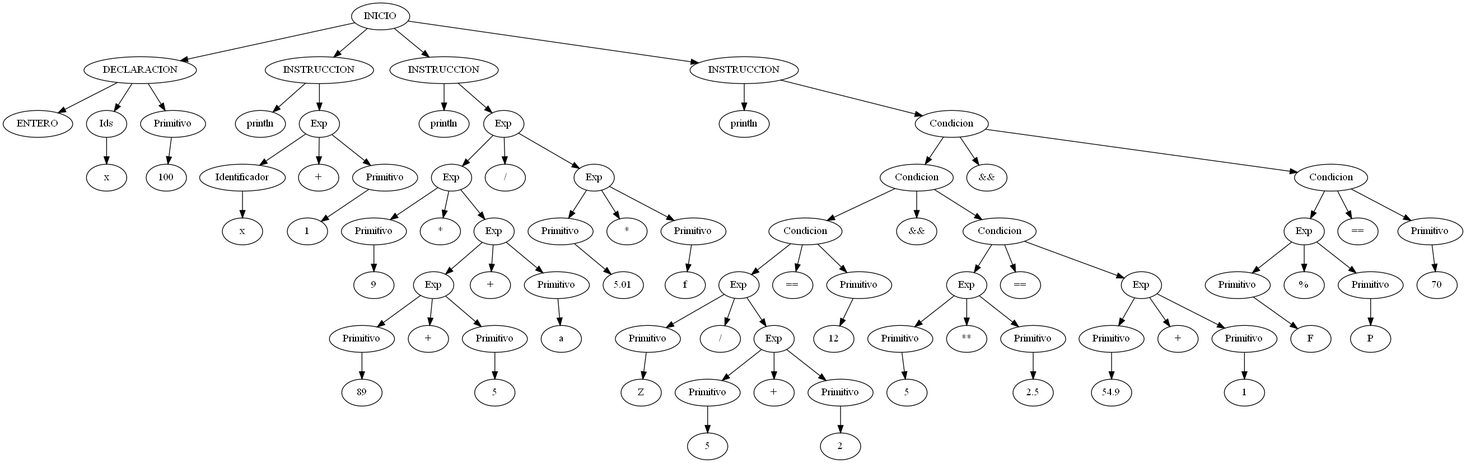
parguet/-OLC1-F1-202010751- keeps this Graphviz diagram as front/ast.png. Above is the earlier version. Its source is kept beside it as front/ast.dot.
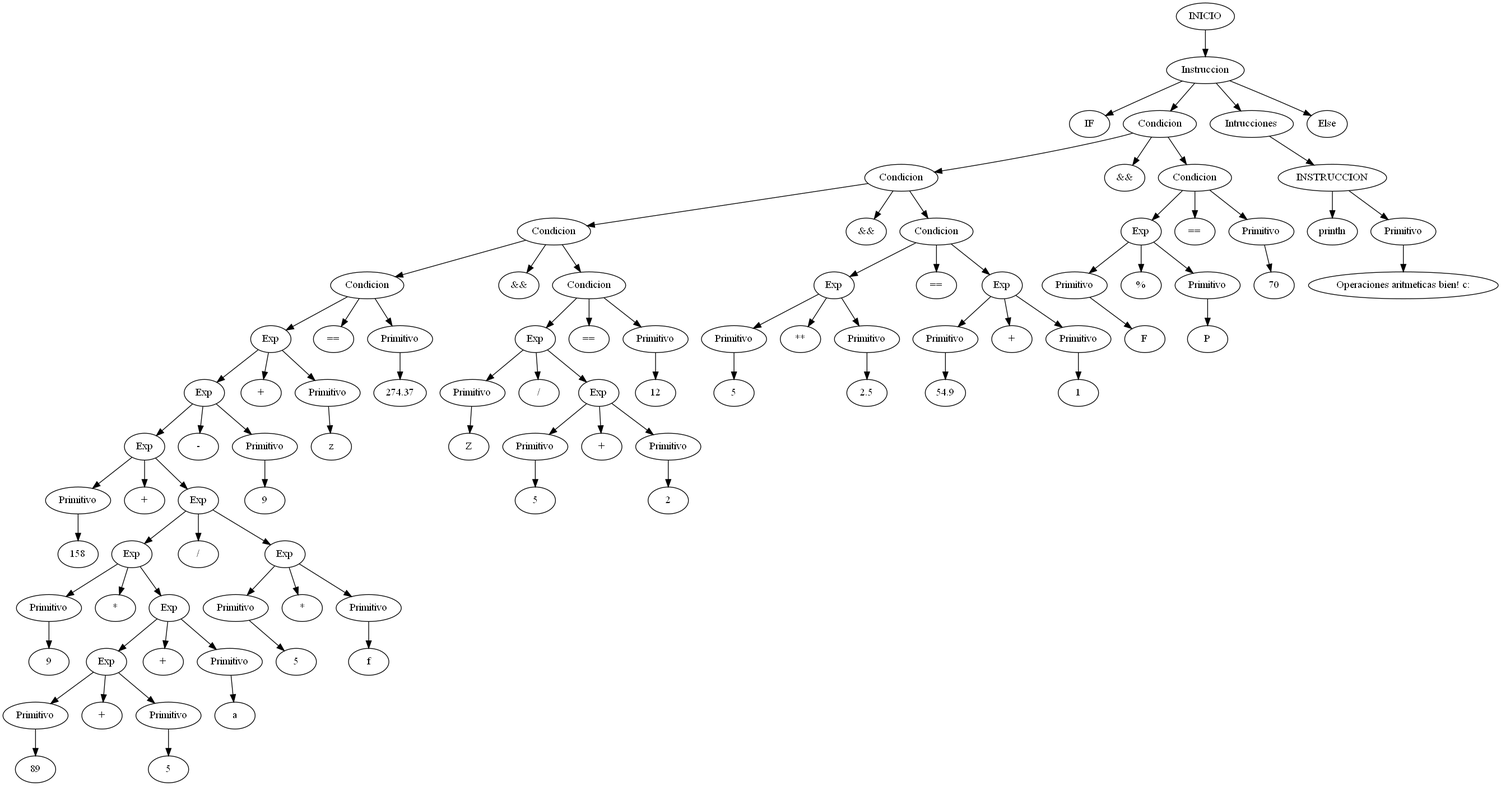
Later version of the same file.

Commit message:
Operaciones aritmeticas bien! c:

Diff of the diagram source:
```diff
@@ -2,169 +2,185 @@
 
 node0[label = "INICIO"];
 node0 -> node001
-node001[label = "DECLARACION"];
+node001[label = "Instruccion"];
 node001 -> node00101
-node00101[label = "ENTERO"];
+node00101[label = "IF"];
 node001 -> node00112
-node00112[label = "Ids"];
+node00112[label = "Condicion"];
 node00112 -> node0011201
-node0011201[label = "x"];
+node0011201[label = "Condicion"];
+node0011201 -> node001120101
+node001120101[label = "Condicion"];
+node001120101 -> node00112010101
+node00112010101[label = "Condicion"];
+node00112010101 -> node0011201010101
+node0011201010101[label = "Exp"];
+node0011201010101 -> node001120101010101
+node001120101010101[label = "Exp"];
+node001120101010101 -> node00112010101010101
+node00112010101010101[label = "Exp"];
+node00112010101010101 -> node0011201010101010101
+node0011201010101010101[label = "Primitivo"];
+node0011201010101010101 -> node001120101010101010101
+node001120101010101010101[label = "158"];
+node00112010101010101 -> node0011201010101010112
+node0011201010101010112[label = "+"];
+node00112010101010101 -> node0011201010101010123
+node0011201010101010123[label = "Exp"];
+node0011201010101010123 -> node001120101010101012301
+node001120101010101012301[label = "Exp"];
+node001120101010101012301 -> node00112010101010101230101
+node00112010101010101230101[label = "Primitivo"];
+node00112010101010101230101 -> node0011201010101010123010101
+node0011201010101010123010101[label = "9"];
+node001120101010101012301 -> node00112010101010101230112
+node00112010101010101230112[label = "*"];
+node001120101010101012301 -> node00112010101010101230123
+node00112010101010101230123[label = "Exp"];
+node00112010101010101230123 -> node0011201010101010123012301
+node0011201010101010123012301[label = "Exp"];
+node0011201010101010123012301 -> node001120101010101012301230101
+node001120101010101012301230101[label = "Primitivo"];
+node001120101010101012301230101 -> node00112010101010101230123010101
+node00112010101010101230123010101[label = "89"];
+node0011201010101010123012301 -> node001120101010101012301230112
+node001120101010101012301230112[label = "+"];
+node0011201010101010123012301 -> node001120101010101012301230123
+node001120101010101012301230123[label = "Primitivo"];
+node001120101010101012301230123 -> node00112010101010101230123012301
+node00112010101010101230123012301[label = "5"];
+node00112010101010101230123 -> node0011201010101010123012312
+node0011201010101010123012312[label = "+"];
+node00112010101010101230123 -> node0011201010101010123012323
+node0011201010101010123012323[label = "Primitivo"];
+node0011201010101010123012323 -> node001120101010101012301232301
+node001120101010101012301232301[label = "a"];
+node0011201010101010123 -> node001120101010101012312
+node001120101010101012312[label = "/"];
+node0011201010101010123 -> node001120101010101012323
+node001120101010101012323[label = "Exp"];
+node001120101010101012323 -> node00112010101010101232301
+node00112010101010101232301[label = "Primitivo"];
+node00112010101010101232301 -> node0011201010101010123230101
+node0011201010101010123230101[label = "5"];
+node001120101010101012323 -> node00112010101010101232312
+node00112010101010101232312[label = "*"];
+node001120101010101012323 -> node00112010101010101232323
+node00112010101010101232323[label = "Primitivo"];
+node00112010101010101232323 -> node0011201010101010123232301
+node0011201010101010123232301[label = "f"];
+node001120101010101 -> node00112010101010112
+node00112010101010112[label = "-"];
+node001120101010101 -> node00112010101010123
+node00112010101010123[label = "Primitivo"];
+node00112010101010123 -> node0011201010101012301
+node0011201010101012301[label = "9"];
+node0011201010101 -> node001120101010112
+node001120101010112[label = "+"];
+node0011201010101 -> node001120101010123
+node001120101010123[label = "Primitivo"];
+node001120101010123 -> node00112010101012301
+node00112010101012301[label = "z"];
+node00112010101 -> node0011201010112
+node0011201010112[label = "=="];
+node00112010101 -> node0011201010123
+node0011201010123[label = "Primitivo"];
+node0011201010123 -> node001120101012301
+node001120101012301[label = "274.37"];
+node001120101 -> node00112010112
+node00112010112[label = "&&"];
+node001120101 -> node00112010123
+node00112010123[label = "Condicion"];
+node00112010123 -> node0011201012301
+node0011201012301[label = "Exp"];
+node0011201012301 -> node001120101230101
+node001120101230101[label = "Primitivo"];
+node001120101230101 -> node00112010123010101
+node00112010123010101[label = "Z"];
+node0011201012301 -> node001120101230112
+node001120101230112[label = "/"];
+node0011201012301 -> node001120101230123
+node001120101230123[label = "Exp"];
+node001120101230123 -> node00112010123012301
+node00112010123012301[label = "Primitivo"];
+node00112010123012301 -> node0011201012301230101
+node0011201012301230101[label = "5"];
+node001120101230123 -> node00112010123012312
+node00112010123012312[label = "+"];
+node001120101230123 -> node00112010123012323
+node00112010123012323[label = "Primitivo"];
+node00112010123012323 -> node0011201012301232301
+node0011201012301232301[label = "2"];
+node00112010123 -> node0011201012312
+node0011201012312[label = "=="];
+node00112010123 -> node0011201012323
+node0011201012323[label = "Primitivo"];
+node0011201012323 -> node001120101232301
+node001120101232301[label = "12"];
+node0011201 -> node001120112
+node001120112[label = "&&"];
+node0011201 -> node001120123
+node001120123[label = "Condicion"];
+node001120123 -> node00112012301
+node00112012301[label = "Exp"];
+node00112012301 -> node0011201230101
+node0011201230101[label = "Primitivo"];
+node0011201230101 -> node001120123010101
+node001120123010101[label = "5"];
+node00112012301 -> node0011201230112
+node0011201230112[label = "**"];
+node00112012301 -> node0011201230123
+node0011201230123[label = "Primitivo"];
+node0011201230123 -> node001120123012301
+node001120123012301[label = "2.5"];
+node001120123 -> node00112012312
+node00112012312[label = "=="];
+node001120123 -> node00112012323
+node00112012323[label = "Exp"];
+node00112012323 -> node0011201232301
+node0011201232301[label = "Primitivo"];
+node0011201232301 -> node001120123230101
+node001120123230101[label = "54.9"];
+node00112012323 -> node0011201232312
+node0011201232312[label = "+"];
+node00112012323 -> node0011201232323
+node0011201232323[label = "Primitivo"];
+node0011201232323 -> node001120123232301
+node001120123232301[label = "1"];
+node00112 -> node0011212
+node0011212[label = "&&"];
+node00112 -> node0011223
+node0011223[label = "Condicion"];
+node0011223 -> node001122301
+node001122301[label = "Exp"];
+node001122301 -> node00112230101
+node00112230101[label = "Primitivo"];
+node00112230101 -> node0011223010101
+node0011223010101[label = "F"];
+node001122301 -> node00112230112
+node00112230112[label = "%"];
+node001122301 -> node00112230123
+node00112230123[label = "Primitivo"];
+node00112230123 -> node0011223012301
+node0011223012301[label = "P"];
+node0011223 -> node001122312
+node001122312[label = "=="];
+node0011223 -> node001122323
+node001122323[label = "Primitivo"];
+node001122323 -> node00112232301
+node00112232301[label = "70"];
 node001 -> node00123
-node00123[label = "Primitivo"];
+node00123[label = "Intrucciones"];
 node00123 -> node0012301
-node0012301[label = "100"];
-node0 -> node012
-node012[label = "INSTRUCCION"];
-node012 -> node01201
-node01201[label = "println"];
-node012 -> node01212
-node01212[label = "Exp"];
-node01212 -> node0121201
-node0121201[label = "Identificador"];
-node0121201 -> node012120101
-node012120101[label = "x"];
-node01212 -> node0121212
-node0121212[label = "+"];
-node01212 -> node0121223
-node0121223[label = "Primitivo"];
-node0121223 -> node012122301
-node012122301[label = "1"];
-node0 -> node023
-node023[label = "INSTRUCCION"];
-node023 -> node02301
-node02301[label = "println"];
-node023 -> node02312
-node02312[label = "Exp"];
-node02312 -> node0231201
-node0231201[label = "Exp"];
-node0231201 -> node023120101
-node023120101[label = "Primitivo"];
-node023120101 -> node02312010101
-node02312010101[label = "9"];
-node0231201 -> node023120112
-node023120112[label = "*"];
-node0231201 -> node023120123
-node023120123[label = "Exp"];
-node023120123 -> node02312012301
-node02312012301[label = "Exp"];
-node02312012301 -> node0231201230101
-node0231201230101[label = "Primitivo"];
-node0231201230101 -> node023120123010101
-node023120123010101[label = "89"];
-node02312012301 -> node0231201230112
-node0231201230112[label = "+"];
-node02312012301 -> node0231201230123
-node0231201230123[label = "Primitivo"];
-node0231201230123 -> node023120123012301
-node023120123012301[label = "5"];
-node023120123 -> node02312012312
-node02312012312[label = "+"];
-node023120123 -> node02312012323
-node02312012323[label = "Primitivo"];
-node02312012323 -> node0231201232301
-node0231201232301[label = "a"];
-node02312 -> node0231212
-node0231212[label = "/"];
-node02312 -> node0231223
-node0231223[label = "Exp"];
-node0231223 -> node023122301
-node023122301[label = "Primitivo"];
-node023122301 -> node02312230101
-node02312230101[label = "5.01"];
-node0231223 -> node023122312
-node023122312[label = "*"];
-node0231223 -> node023122323
-node023122323[label = "Primitivo"];
-node023122323 -> node02312232301
-node02312232301[label = "f"];
-node0 -> node034
-node034[label = "INSTRUCCION"];
-node034 -> node03401
-node03401[label = "println"];
-node034 -> node03412
-node03412[label = "Condicion"];
-node03412 -> node0341201
-node0341201[label = "Condicion"];
-node0341201 -> node034120101
-node034120101[label = "Condicion"];
-node034120101 -> node03412010101
-node03412010101[label = "Exp"];
-node03412010101 -> node0341201010101
-node0341201010101[label = "Primitivo"];
-node0341201010101 -> node034120101010101
-node034120101010101[label = "Z"];
-node03412010101 -> node0341201010112
-node0341201010112[label = "/"];
-node03412010101 -> node0341201010123
-node0341201010123[label = "Exp"];
-node0341201010123 -> node034120101012301
-node034120101012301[label = "Primitivo"];
-node034120101012301 -> node03412010101230101
-node03412010101230101[label = "5"];
-node0341201010123 -> node034120101012312
-node034120101012312[label = "+"];
-node0341201010123 -> node034120101012323
-node034120101012323[label = "Primitivo"];
-node034120101012323 -> node03412010101232301
-node03412010101232301[label = "2"];
-node034120101 -> node03412010112
-node03412010112[label = "=="];
-node034120101 -> node03412010123
-node03412010123[label = "Primitivo"];
-node03412010123 -> node0341201012301
-node0341201012301[label = "12"];
-node0341201 -> node034120112
-node034120112[label = "&&"];
-node0341201 -> node034120123
-node034120123[label = "Condicion"];
-node034120123 -> node03412012301
-node03412012301[label = "Exp"];
-node03412012301 -> node0341201230101
-node0341201230101[label = "Primitivo"];
-node0341201230101 -> node034120123010101
-node034120123010101[label = "5"];
-node03412012301 -> node0341201230112
-node0341201230112[label = "**"];
-node03412012301 -> node0341201230123
-node0341201230123[label = "Primitivo"];
-node0341201230123 -> node034120123012301
-node034120123012301[label = "2.5"];
-node034120123 -> node03412012312
-node03412012312[label = "=="];
-node034120123 -> node03412012323
-node03412012323[label = "Exp"];
-node03412012323 -> node0341201232301
-node0341201232301[label = "Primitivo"];
-node0341201232301 -> node034120123230101
-node034120123230101[label = "54.9"];
-node03412012323 -> node0341201232312
-node0341201232312[label = "+"];
-node03412012323 -> node0341201232323
-node0341201232323[label = "Primitivo"];
-node0341201232323 -> node034120123232301
-node034120123232301[label = "1"];
-node03412 -> node0341212
-node0341212[label = "&&"];
-node03412 -> node0341223
-node0341223[label = "Condicion"];
-node0341223 -> node034122301
-node034122301[label = "Exp"];
-node034122301 -> node03412230101
-node03412230101[label = "Primitivo"];
-node03412230101 -> node0341223010101
-node0341223010101[label = "F"];
-node034122301 -> node03412230112
-node03412230112[label = "%"];
-node034122301 -> node03412230123
-node03412230123[label = "Primitivo"];
-node03412230123 -> node0341223012301
-node0341223012301[label = "P"];
-node0341223 -> node034122312
-node034122312[label = "=="];
-node0341223 -> node034122323
-node034122323[label = "Primitivo"];
-node034122323 -> node03412232301
-node03412232301[label = "70"];
+node0012301[label = "INSTRUCCION"];
+node0012301 -> node001230101
+node001230101[label = "println"];
+node0012301 -> node001230112
+node001230112[label = "Primitivo"];
+node001230112 -> node00123011201
+node00123011201[label = "Operaciones aritmeticas bien! c:"];
+node001 -> node00134
+node00134[label = "Else"];
 
 
 }
```
